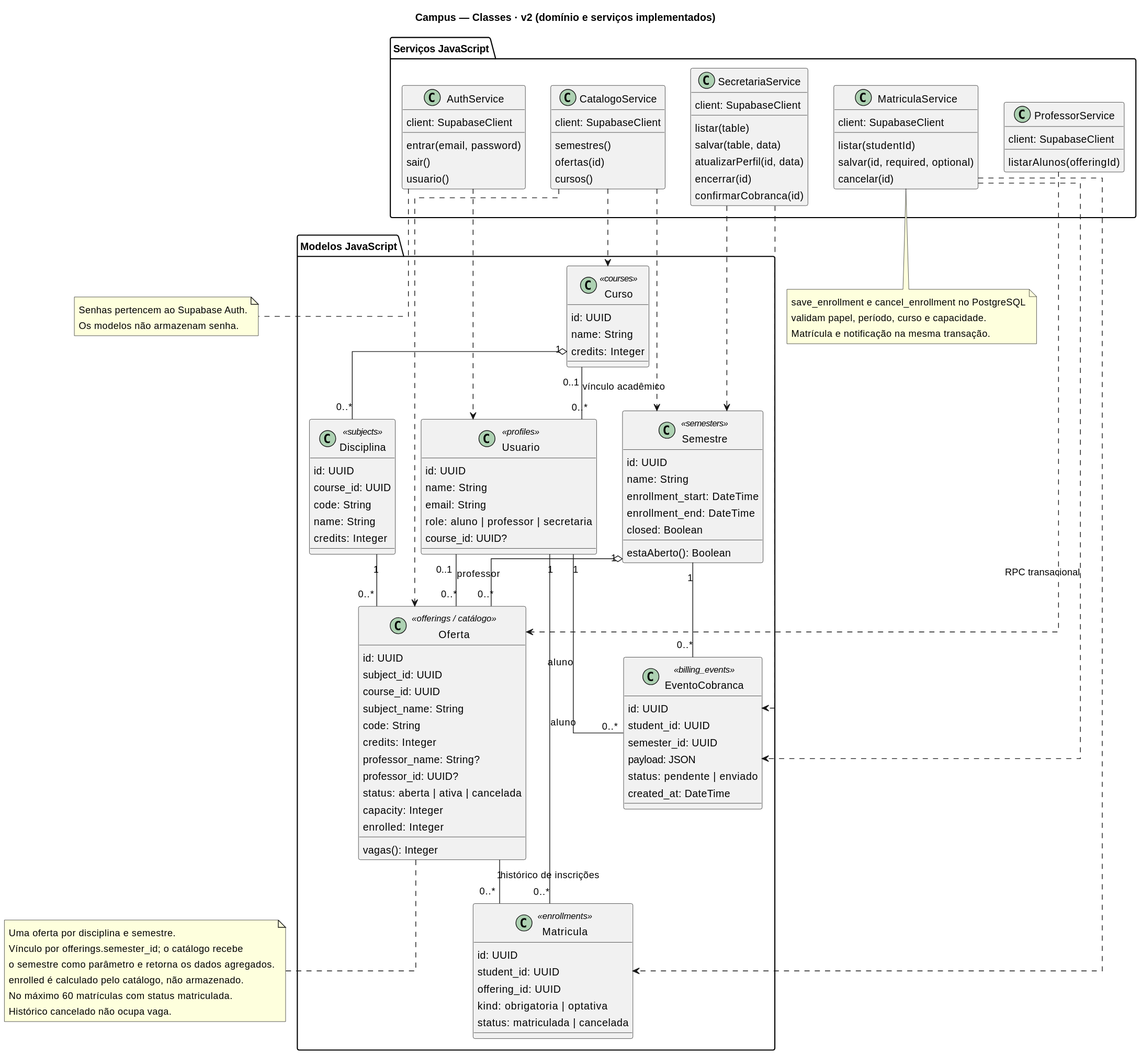
Before: docs/modelos/v2/classes.svg, a diagram exported from PlantUML (arthurrmiranda7-eng/sistema-matriculas-lab03). Its diagram source:
```plantuml
@startuml
skinparam shadowing false
skinparam classAttributeIconSize 0
skinparam backgroundColor #FFFFFF
skinparam defaultFontName SansSerif
skinparam linetype ortho
title Campus — Classes · v2 (domínio e serviços implementados)
package "Modelos JavaScript" {
  class Usuario <<profiles>> {
    id: UUID
    name: String
    email: String
    role: aluno | professor | secretaria
    course_id: UUID?
  }
  class Curso <<courses>> {
    id: UUID
    name: String
    credits: Integer
  }
  class Disciplina <<subjects>> {
    id: UUID
    course_id: UUID
    code: String
    name: String
    credits: Integer
  }
  class Semestre <<semesters>> {
    id: UUID
    name: String
    enrollment_start: DateTime
    enrollment_end: DateTime
    closed: Boolean
    estaAberto(): Boolean
  }
  class Oferta <<offerings / catálogo>> {
    id: UUID
    subject_id: UUID
    course_id: UUID
    subject_name: String
    code: String
    credits: Integer
    professor_name: String?
    professor_id: UUID?
    status: aberta | ativa | cancelada
    capacity: Integer
    enrolled: Integer
    vagas(): Integer
  }
  class Matricula <<enrollments>> {
    id: UUID
    student_id: UUID
    offering_id: UUID
    kind: obrigatoria | optativa
    status: matriculada | cancelada
  }
  class EventoCobranca <<billing_events>> {
    id: UUID
    student_id: UUID
    semester_id: UUID
    payload: JSON
    status: pendente | enviado
    created_at: DateTime
  }
}
package "Serviços JavaScript" {
  class AuthService {
    client: SupabaseClient
    entrar(email, password)
    sair()
    usuario()
  }
  class CatalogoService {
    client: SupabaseClient
    semestres()
    ofertas(id)
    cursos()
  }
  class MatriculaService {
    client: SupabaseClient
    listar(studentId)
    salvar(id, required, optional)
    cancelar(id)
  }
  class ProfessorService {
    client: SupabaseClient
    listarAlunos(offeringId)
  }
  class SecretariaService {
    client: SupabaseClient
    listar(table)
    salvar(table, data)
    atualizarPerfil(id, data)
    encerrar(id)
    confirmarCobranca(id)
  }
}
Curso "1" o-- "0..*" Disciplina
Curso "0..1" -- "0..*" Usuario : vínculo acadêmico
Disciplina "1" -- "0..*" Oferta
Semestre "1" o-- "0..*" Oferta
Usuario "0..1" -- "0..*" Oferta : professor
Usuario "1" -- "0..*" Matricula : aluno
Oferta "1" -- "0..*" Matricula : histórico de inscrições
Usuario "1" -- "0..*" EventoCobranca : aluno
Semestre "1" -- "0..*" EventoCobranca
CatalogoService ..> Curso
CatalogoService ..> Semestre
CatalogoService ..> Oferta
AuthService ..> Usuario
MatriculaService ..> Matricula
MatriculaService ..> EventoCobranca : RPC transacional
ProfessorService ..> Oferta
SecretariaService ..> Semestre
SecretariaService ..> EventoCobranca
note bottom of Oferta
  Uma oferta por disciplina e semestre.
  Vínculo por offerings.semester_id; o catálogo recebe
  o semestre como parâmetro e retorna os dados agregados.
  enrolled é calculado pelo catálogo, não armazenado.
  No máximo 60 matrículas com status matriculada.
  Histórico cancelado não ocupa vaga.
end note
note bottom of AuthService
  Senhas pertencem ao Supabase Auth.
  Os modelos não armazenam senha.
end note
note bottom of MatriculaService
  save_enrollment e cancel_enrollment no PostgreSQL
  validam papel, período, curso e capacidade.
  Matrícula e notificação na mesma transação.
end note
@enduml
```
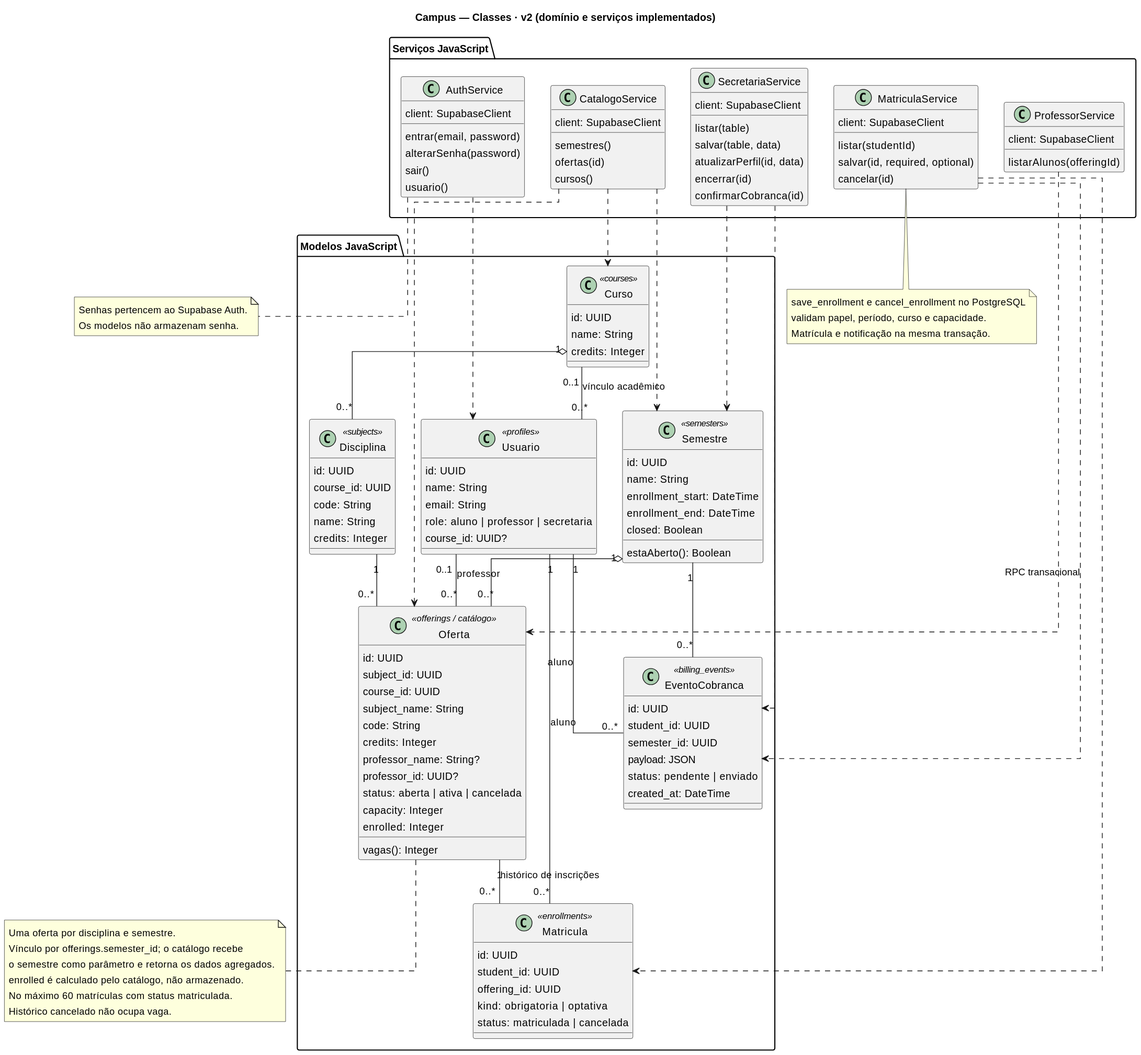
The same diagram one commit later.

The edit, as a diff of the source:
```diff
@@ -67,6 +67,7 @@
   class AuthService {
     client: SupabaseClient
     entrar(email, password)
+    alterarSenha(password)
     sair()
     usuario()
   }
```
